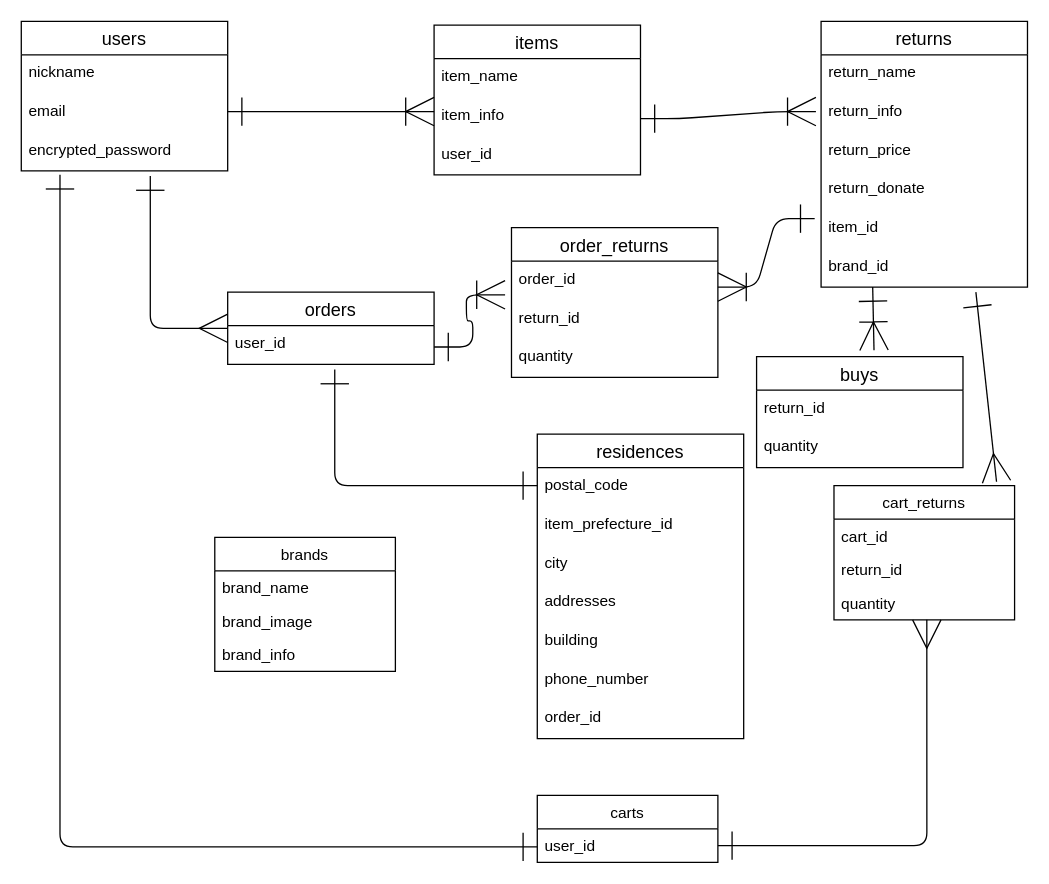
Earlier version of the draw.io diagram shiaeru.dio (renren0530/shiaeru). Source tidied: cells renumbered, new cells numbered last; positions are measured from the earlier drawing's top-left corner, leaving out a move shared by most shapes. Both pictures are drawn from the tidied source at 129%, with x=0, y=0 at pixel (21, 21).
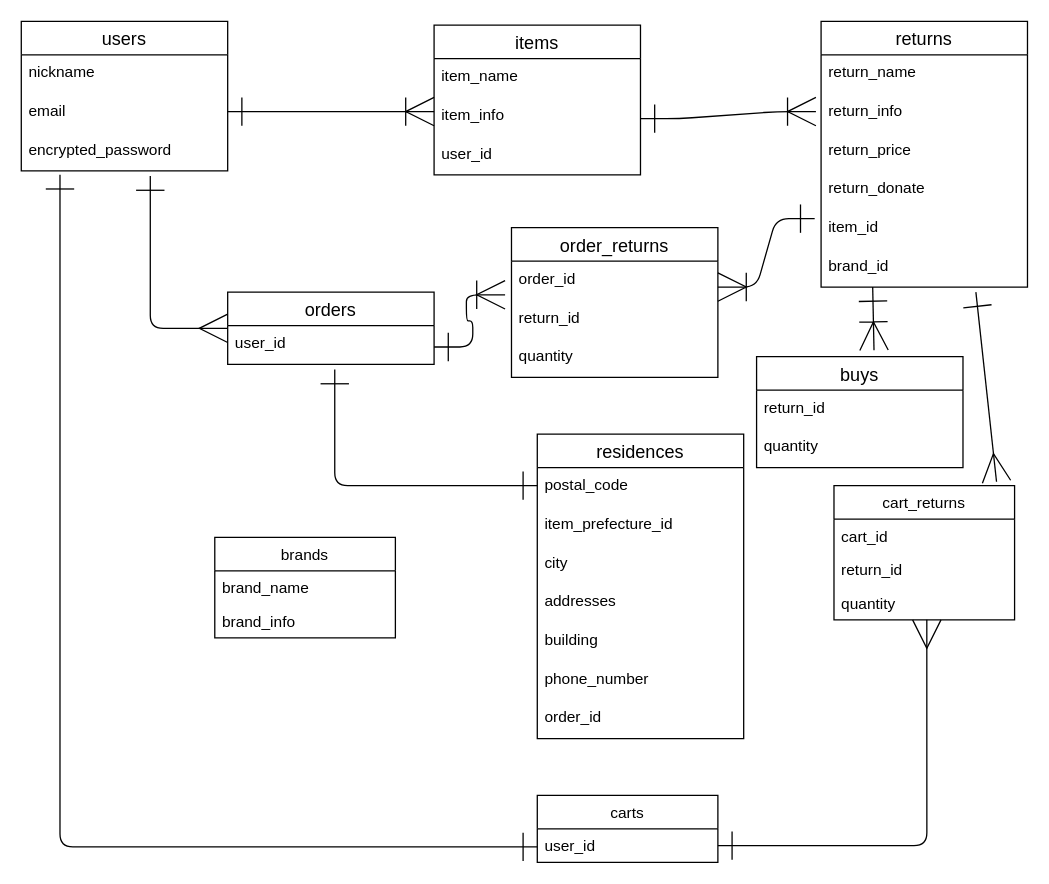
After the change.

What changed in the source:
```diff
@@
     <mxCell id="40" value="brands" style="swimlane;fontStyle=0;horizontal=1;startSize=26;fillColor=none;" parent="1" vertex="1">
-      <mxGeometry x="150" y="400" width="140" height="104" as="geometry" />
+      <mxGeometry x="150" y="400" width="140" height="78" as="geometry" />
     </mxCell>
@@
-    <mxCell id="42" value="brand_image" style="text;strokeColor=none;fillColor=none;align=left;verticalAlign=top;spacingLeft=4;spacingRight=4;overflow=hidden;" parent="40" vertex="1">
-      <mxGeometry y="52" width="140" height="26" as="geometry" />
-    </mxCell>
     <mxCell id="43" value="brand_info" style="text;strokeColor=none;fillColor=none;align=left;verticalAlign=top;spacingLeft=4;spacingRight=4;overflow=hidden;" parent="40" vertex="1">
-      <mxGeometry y="78" width="140" height="26" as="geometry" />
+      <mxGeometry y="52" width="140" height="26" as="geometry" />
     </mxCell>
```
